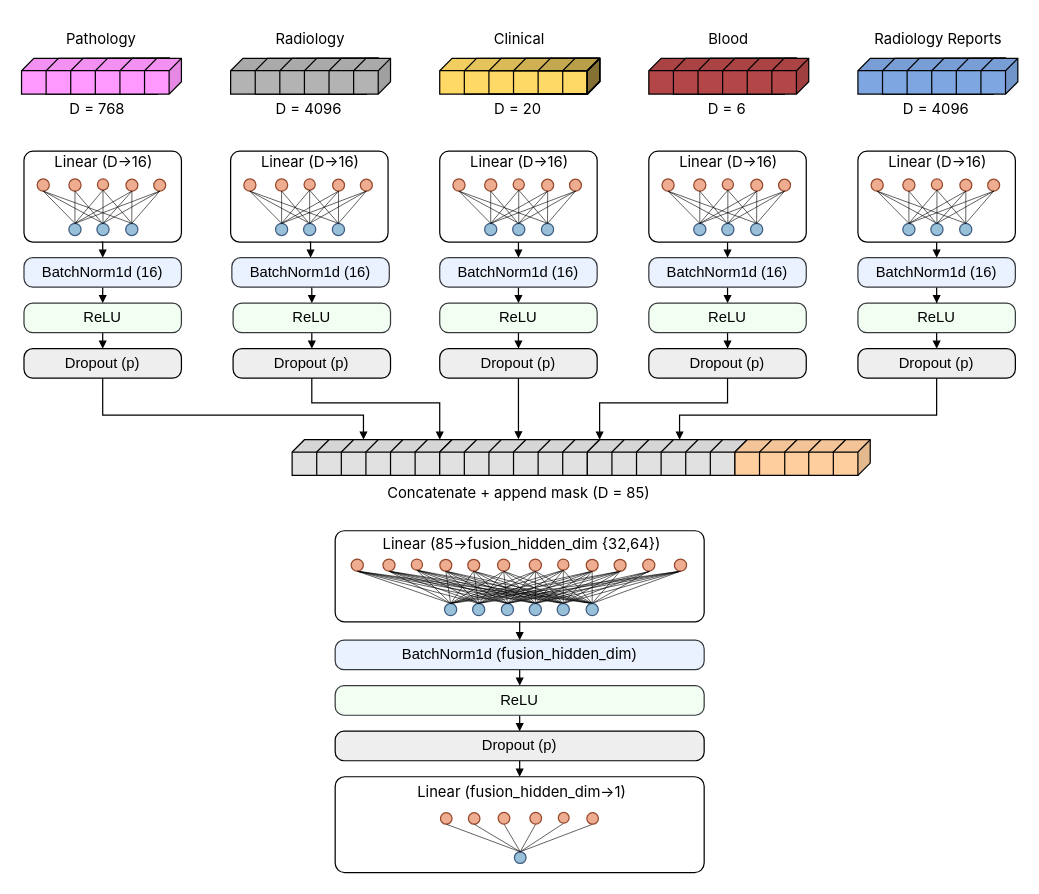
The draw.io diagram MLP.drawio in marcalvi/drawio-nn-templates, before the edit. Source tidied: cells renumbered, new cells numbered last; positions are measured from the earlier drawing's top-left corner, leaving out a move shared by most shapes. Both pictures are drawn from the tidied source at 123%, with x=0, y=0 at pixel (21, 21).
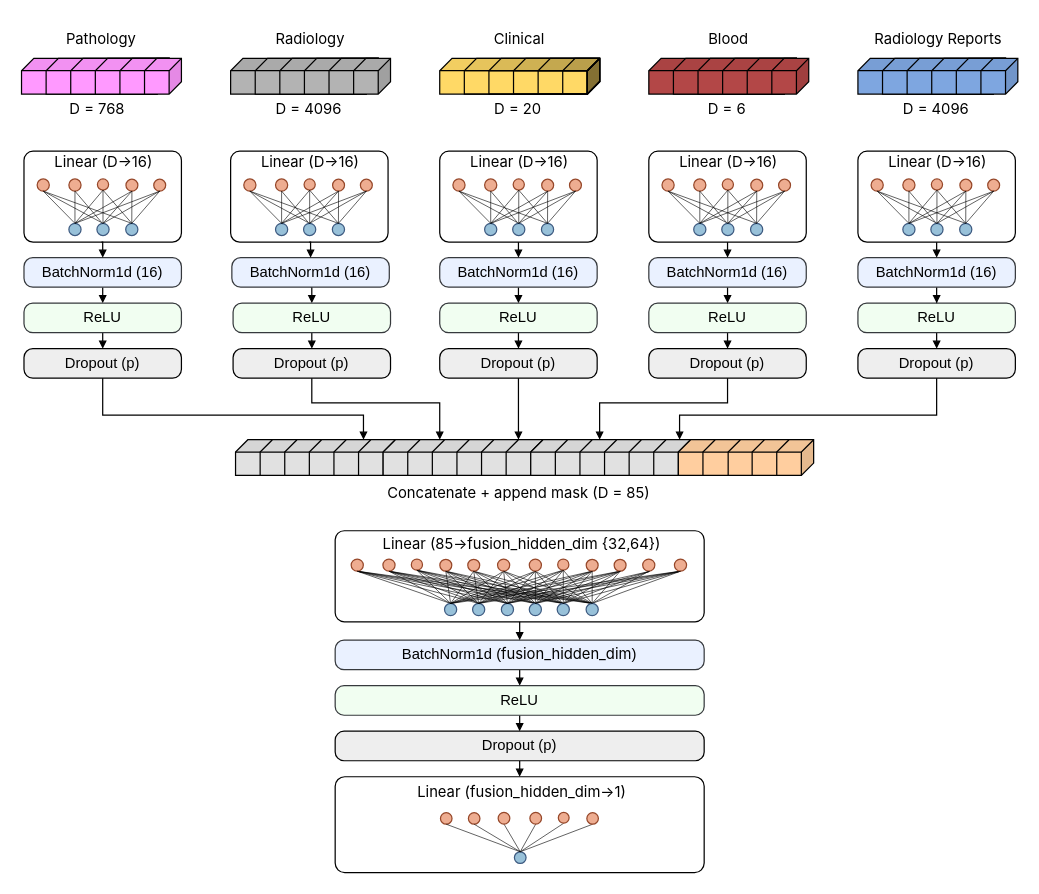
Above is the later version.

The change refers to these unchanged cells:
```xml
<mxCell id="95" value="Dropout (p)" style="rounded=1;whiteSpace=wrap;html=1;fillColor=#EEEEEE;rotation=0;arcSize=30;strokeColor=#000000;gradientColor=none;" parent="1" vertex="1">
  <mxGeometry x="340" y="266" width="128" height="24" as="geometry" />
</mxCell>
<mxCell id="96" value="Dropout (p)" style="rounded=1;whiteSpace=wrap;html=1;fillColor=#EEEEEE;rotation=0;arcSize=30;strokeColor=#000000;gradientColor=none;" parent="1" vertex="1">
  <mxGeometry x="510" y="266" width="128" height="24" as="geometry" />
</mxCell>
```

Diff of the diagram source:
```diff
@@
-    <mxCell id="105" style="edgeStyle=orthogonalEdgeStyle;shape=connector;rounded=0;jettySize=auto;html=1;exitX=0.5;exitY=1;exitDx=0;exitDy=0;entryX=0.7;entryY=-0.01;entryDx=0;entryDy=0;entryPerimeter=0;strokeColor=default;align=center;verticalAlign=middle;fontFamily=Helvetica;fontSize=11;fontColor=default;labelBackgroundColor=default;endArrow=block;endFill=1;endSize=4;" parent="1" edge="1" source="95" target="117">
+    <mxCell id="105" style="edgeStyle=orthogonalEdgeStyle;shape=connector;rounded=0;jettySize=auto;html=1;exitX=0.5;exitY=1;exitDx=0;exitDy=0;entryX=0;entryY=0;entryDx=20;entryDy=0;entryPerimeter=0;strokeColor=default;align=center;verticalAlign=middle;fontFamily=Helvetica;fontSize=11;fontColor=default;labelBackgroundColor=default;endArrow=block;endFill=1;endSize=4;" parent="1" edge="1" source="95" target="120">
       <mxGeometry relative="1" as="geometry" />
     </mxCell>
-    <mxCell id="106" style="edgeStyle=orthogonalEdgeStyle;shape=connector;rounded=0;jettySize=auto;html=1;exitX=0.5;exitY=1;exitDx=0;exitDy=0;strokeColor=default;align=center;verticalAlign=middle;fontFamily=Helvetica;fontSize=11;fontColor=default;labelBackgroundColor=default;endArrow=block;endFill=1;endSize=4;entryX=0;entryY=0;entryDx=110;entryDy=0;entryPerimeter=0;" parent="1" edge="1" source="96" target="121">
+    <mxCell id="106" style="edgeStyle=orthogonalEdgeStyle;shape=connector;rounded=0;jettySize=auto;html=1;exitX=0.5;exitY=1;exitDx=0;exitDy=0;strokeColor=default;align=center;verticalAlign=middle;fontFamily=Helvetica;fontSize=11;fontColor=default;labelBackgroundColor=default;endArrow=block;endFill=1;endSize=4;" parent="1" edge="1" source="96">
       <mxGeometry relative="1" as="geometry">
+        <mxPoint x="470" y="340" as="targetPoint" />
         <Array as="points">
           <mxPoint x="574" y="310" />
           <mxPoint x="470" y="310" />
         </Array>
       </mxGeometry>
     </mxCell>
@@
     <mxCell id="109" style="shape=cube;whiteSpace=wrap;html=1;boundedLbl=1;backgroundOutline=1;darkOpacity=0.05;darkOpacity2=0.1;rotation=-180;flipH=0;legacyAnchorPoints=0;flipV=1;size=10;fillColor=light-dark(#E1E1E1,#B3B3B3);strokeColor=light-dark(#000000,#000000);" parent="1" vertex="1">
-      <mxGeometry x="220" y="340" width="120" height="29" as="geometry" />
+      <mxGeometry x="174" y="340" width="120" height="29" as="geometry" />
     </mxCell>
     <mxCell id="110" style="shape=cube;whiteSpace=wrap;html=1;boundedLbl=1;backgroundOutline=1;darkOpacity=0.05;darkOpacity2=0.1;rotation=-180;flipH=0;legacyAnchorPoints=0;flipV=1;size=10;strokeColor=light-dark(#000000,#000000);align=center;verticalAlign=middle;fontFamily=Helvetica;fontSize=12;fontColor=default;fillColor=light-dark(#E1E1E1,#B3B3B3);" parent="1" vertex="1">
-      <mxGeometry x="240" y="340" width="100" height="29" as="geometry" />
+      <mxGeometry x="194" y="340" width="100" height="29" as="geometry" />
     </mxCell>
     <mxCell id="111" style="shape=cube;whiteSpace=wrap;html=1;boundedLbl=1;backgroundOutline=1;darkOpacity=0.05;darkOpacity2=0.1;rotation=-180;flipH=0;legacyAnchorPoints=0;flipV=1;size=10;strokeColor=light-dark(#000000,#000000);align=center;verticalAlign=middle;fontFamily=Helvetica;fontSize=12;fontColor=default;fillColor=light-dark(#E1E1E1,#B3B3B3);" parent="1" vertex="1">
-      <mxGeometry x="260" y="340" width="80" height="29" as="geometry" />
+      <mxGeometry x="214" y="340" width="80" height="29" as="geometry" />
     </mxCell>
     <mxCell id="112" style="shape=cube;whiteSpace=wrap;html=1;boundedLbl=1;backgroundOutline=1;darkOpacity=0.05;darkOpacity2=0.1;rotation=-180;flipH=0;legacyAnchorPoints=0;flipV=1;size=10;strokeColor=light-dark(#000000,#000000);align=center;verticalAlign=middle;fontFamily=Helvetica;fontSize=12;fontColor=default;fillColor=light-dark(#E1E1E1,#B3B3B3);" parent="1" vertex="1">
-      <mxGeometry x="280" y="340" width="60" height="29" as="geometry" />
+      <mxGeometry x="234" y="340" width="60" height="29" as="geometry" />
     </mxCell>
     <mxCell id="113" style="shape=cube;whiteSpace=wrap;html=1;boundedLbl=1;backgroundOutline=1;darkOpacity=0.05;darkOpacity2=0.1;rotation=-180;flipH=0;legacyAnchorPoints=0;flipV=1;size=10;strokeColor=light-dark(#000000,#000000);align=center;verticalAlign=middle;fontFamily=Helvetica;fontSize=12;fontColor=default;fillColor=light-dark(#E1E1E1,#B3B3B3);" parent="1" vertex="1">
-      <mxGeometry x="300" y="340" width="40" height="29" as="geometry" />
+      <mxGeometry x="254" y="340" width="40" height="29" as="geometry" />
     </mxCell>
     <mxCell id="114" style="shape=cube;whiteSpace=wrap;html=1;boundedLbl=1;backgroundOutline=1;darkOpacity=0.05;darkOpacity2=0.1;rotation=-180;flipH=0;legacyAnchorPoints=0;flipV=1;size=10;strokeColor=light-dark(#000000,#000000);align=center;verticalAlign=middle;fontFamily=Helvetica;fontSize=12;fontColor=default;fillColor=light-dark(#E1E1E1,#B3B3B3);" parent="1" vertex="1">
-      <mxGeometry x="320" y="340" width="30" height="29" as="geometry" />
+      <mxGeometry x="274" y="340" width="30" height="29" as="geometry" />
     </mxCell>
     <mxCell id="115" style="shape=cube;whiteSpace=wrap;html=1;boundedLbl=1;backgroundOutline=1;darkOpacity=0.05;darkOpacity2=0.1;rotation=-180;flipH=0;legacyAnchorPoints=0;flipV=1;size=10;fillColor=light-dark(#E1E1E1,#B3B3B3);strokeColor=light-dark(#000000,#000000);" parent="1" vertex="1">
-      <mxGeometry x="340" y="340" width="120" height="29" as="geometry" />
+      <mxGeometry x="294" y="340" width="120" height="29" as="geometry" />
     </mxCell>
     <mxCell id="116" style="shape=cube;whiteSpace=wrap;html=1;boundedLbl=1;backgroundOutline=1;darkOpacity=0.05;darkOpacity2=0.1;rotation=-180;flipH=0;legacyAnchorPoints=0;flipV=1;size=10;strokeColor=light-dark(#000000,#000000);align=center;verticalAlign=middle;fontFamily=Helvetica;fontSize=12;fontColor=default;fillColor=light-dark(#E1E1E1,#B3B3B3);" parent="1" vertex="1">
-      <mxGeometry x="360" y="340" width="100" height="29" as="geometry" />
+      <mxGeometry x="314" y="340" width="100" height="29" as="geometry" />
     </mxCell>
     <mxCell id="117" style="shape=cube;whiteSpace=wrap;html=1;boundedLbl=1;backgroundOutline=1;darkOpacity=0.05;darkOpacity2=0.1;rotation=-180;flipH=0;legacyAnchorPoints=0;flipV=1;size=10;strokeColor=light-dark(#000000,#000000);align=center;verticalAlign=middle;fontFamily=Helvetica;fontSize=12;fontColor=default;fillColor=light-dark(#E1E1E1,#B3B3B3);" parent="1" vertex="1">
-      <mxGeometry x="380" y="340" width="80" height="29" as="geometry" />
+      <mxGeometry x="334" y="340" width="80" height="29" as="geometry" />
     </mxCell>
     <mxCell id="118" style="shape=cube;whiteSpace=wrap;html=1;boundedLbl=1;backgroundOutline=1;darkOpacity=0.05;darkOpacity2=0.1;rotation=-180;flipH=0;legacyAnchorPoints=0;flipV=1;size=10;strokeColor=light-dark(#000000,#000000);align=center;verticalAlign=middle;fontFamily=Helvetica;fontSize=12;fontColor=default;fillColor=light-dark(#E1E1E1,#B3B3B3);" parent="1" vertex="1">
-      <mxGeometry x="400" y="340" width="60" height="29" as="geometry" />
+      <mxGeometry x="354" y="340" width="60" height="29" as="geometry" />
     </mxCell>
     <mxCell id="119" style="shape=cube;whiteSpace=wrap;html=1;boundedLbl=1;backgroundOutline=1;darkOpacity=0.05;darkOpacity2=0.1;rotation=-180;flipH=0;legacyAnchorPoints=0;flipV=1;size=10;strokeColor=light-dark(#000000,#000000);align=center;verticalAlign=middle;fontFamily=Helvetica;fontSize=12;fontColor=default;fillColor=light-dark(#E1E1E1,#B3B3B3);" parent="1" vertex="1">
-      <mxGeometry x="420" y="340" width="40" height="29" as="geometry" />
+      <mxGeometry x="374" y="340" width="40" height="29" as="geometry" />
     </mxCell>
     <mxCell id="120" style="shape=cube;whiteSpace=wrap;html=1;boundedLbl=1;backgroundOutline=1;darkOpacity=0.05;darkOpacity2=0.1;rotation=-180;flipH=0;legacyAnchorPoints=0;flipV=1;size=10;strokeColor=light-dark(#000000,#000000);align=center;verticalAlign=middle;fontFamily=Helvetica;fontSize=12;fontColor=default;fillColor=light-dark(#E1E1E1,#B3B3B3);" parent="1" vertex="1">
-      <mxGeometry x="440" y="340" width="30" height="29" as="geometry" />
+      <mxGeometry x="394" y="340" width="30" height="29" as="geometry" />
     </mxCell>
     <mxCell id="121" style="shape=cube;whiteSpace=wrap;html=1;boundedLbl=1;backgroundOutline=1;darkOpacity=0.05;darkOpacity2=0.1;rotation=-180;flipH=0;legacyAnchorPoints=0;flipV=1;size=10;fillColor=light-dark(#E1E1E1,#B3B3B3);strokeColor=light-dark(#000000,#000000);" parent="1" vertex="1">
-      <mxGeometry x="460" y="340" width="120" height="29" as="geometry" />
+      <mxGeometry x="414" y="340" width="120" height="29" as="geometry" />
     </mxCell>
     <mxCell id="122" style="shape=cube;whiteSpace=wrap;html=1;boundedLbl=1;backgroundOutline=1;darkOpacity=0.05;darkOpacity2=0.1;rotation=-180;flipH=0;legacyAnchorPoints=0;flipV=1;size=10;strokeColor=light-dark(#000000,#000000);align=center;verticalAlign=middle;fontFamily=Helvetica;fontSize=12;fontColor=default;fillColor=light-dark(#E1E1E1,#B3B3B3);" parent="1" vertex="1">
-      <mxGeometry x="480" y="340" width="100" height="29" as="geometry" />
+      <mxGeometry x="434" y="340" width="100" height="29" as="geometry" />
     </mxCell>
     <mxCell id="123" style="shape=cube;whiteSpace=wrap;html=1;boundedLbl=1;backgroundOutline=1;darkOpacity=0.05;darkOpacity2=0.1;rotation=-180;flipH=0;legacyAnchorPoints=0;flipV=1;size=10;strokeColor=light-dark(#000000,#000000);align=center;verticalAlign=middle;fontFamily=Helvetica;fontSize=12;fontColor=default;fillColor=light-dark(#E1E1E1,#B3B3B3);" parent="1" vertex="1">
-      <mxGeometry x="500" y="340" width="80" height="29" as="geometry" />
+      <mxGeometry x="454" y="340" width="80" height="29" as="geometry" />
     </mxCell>
     <mxCell id="124" style="shape=cube;whiteSpace=wrap;html=1;boundedLbl=1;backgroundOutline=1;darkOpacity=0.05;darkOpacity2=0.1;rotation=-180;flipH=0;legacyAnchorPoints=0;flipV=1;size=10;strokeColor=light-dark(#000000,#000000);align=center;verticalAlign=middle;fontFamily=Helvetica;fontSize=12;fontColor=default;fillColor=light-dark(#E1E1E1,#B3B3B3);" parent="1" vertex="1">
-      <mxGeometry x="520" y="340" width="60" height="29" as="geometry" />
+      <mxGeometry x="474" y="340" width="60" height="29" as="geometry" />
     </mxCell>
     <mxCell id="125" style="shape=cube;whiteSpace=wrap;html=1;boundedLbl=1;backgroundOutline=1;darkOpacity=0.05;darkOpacity2=0.1;rotation=-180;flipH=0;legacyAnchorPoints=0;flipV=1;size=10;strokeColor=light-dark(#000000,#000000);align=center;verticalAlign=middle;fontFamily=Helvetica;fontSize=12;fontColor=default;fillColor=light-dark(#E1E1E1,#B3B3B3);" parent="1" vertex="1">
-      <mxGeometry x="540" y="340" width="40" height="29" as="geometry" />
+      <mxGeometry x="494" y="340" width="40" height="29" as="geometry" />
     </mxCell>
     <mxCell id="126" style="shape=cube;whiteSpace=wrap;html=1;boundedLbl=1;backgroundOutline=1;darkOpacity=0.05;darkOpacity2=0.1;rotation=-180;flipH=0;legacyAnchorPoints=0;flipV=1;size=10;strokeColor=light-dark(#000000,#000000);align=center;verticalAlign=middle;fontFamily=Helvetica;fontSize=12;fontColor=default;fillColor=light-dark(#E1E1E1,#B3B3B3);" parent="1" vertex="1">
-      <mxGeometry x="560" y="340" width="30" height="29" as="geometry" />
+      <mxGeometry x="514" y="340" width="30" height="29" as="geometry" />
     </mxCell>
     <mxCell id="127" style="shape=cube;whiteSpace=wrap;html=1;boundedLbl=1;backgroundOutline=1;darkOpacity=0.05;darkOpacity2=0.1;rotation=-180;flipH=0;legacyAnchorPoints=0;flipV=1;size=10;fillColor=light-dark(#FFCE9F,#B3B3B3);strokeColor=light-dark(#000000,#000000);" parent="1" vertex="1">
-      <mxGeometry x="580" y="340" width="100" height="29" as="geometry" />
+      <mxGeometry x="534" y="340" width="100" height="29" as="geometry" />
     </mxCell>
     <mxCell id="128" style="shape=cube;whiteSpace=wrap;html=1;boundedLbl=1;backgroundOutline=1;darkOpacity=0.05;darkOpacity2=0.1;rotation=-180;flipH=0;legacyAnchorPoints=0;flipV=1;size=10;fillColor=light-dark(#FFCE9F,#B3B3B3);strokeColor=light-dark(#000000,#000000);" parent="1" vertex="1">
-      <mxGeometry x="600" y="340" width="80" height="29" as="geometry" />
+      <mxGeometry x="554" y="340" width="80" height="29" as="geometry" />
     </mxCell>
     <mxCell id="129" style="shape=cube;whiteSpace=wrap;html=1;boundedLbl=1;backgroundOutline=1;darkOpacity=0.05;darkOpacity2=0.1;rotation=-180;flipH=0;legacyAnchorPoints=0;flipV=1;size=10;fillColor=light-dark(#FFCE9F,#B3B3B3);strokeColor=light-dark(#000000,#000000);" parent="1" vertex="1">
-      <mxGeometry x="620.5" y="340" width="60.5" height="29" as="geometry" />
+      <mxGeometry x="574.5" y="340" width="60.5" height="29" as="geometry" />
     </mxCell>
@@
     <mxCell id="155" style="shape=cube;whiteSpace=wrap;html=1;boundedLbl=1;backgroundOutline=1;darkOpacity=0.05;darkOpacity2=0.1;rotation=-180;flipH=0;legacyAnchorPoints=0;flipV=1;size=10;fillColor=light-dark(#FFCE9F,#B3B3B3);strokeColor=light-dark(#000000,#000000);" parent="1" vertex="1">
-      <mxGeometry x="640" y="340" width="40" height="29" as="geometry" />
+      <mxGeometry x="594" y="340" width="40" height="29" as="geometry" />
     </mxCell>
@@
     <mxCell id="181" style="shape=cube;whiteSpace=wrap;html=1;boundedLbl=1;backgroundOutline=1;darkOpacity=0.05;darkOpacity2=0.1;rotation=-180;flipH=0;legacyAnchorPoints=0;flipV=1;size=10;fillColor=light-dark(#FFCE9F,#B3B3B3);strokeColor=light-dark(#000000,#000000);" parent="1" vertex="1">
-      <mxGeometry x="660" y="340" width="30" height="29" as="geometry" />
+      <mxGeometry x="614" y="340" width="30" height="29" as="geometry" />
     </mxCell>
```
